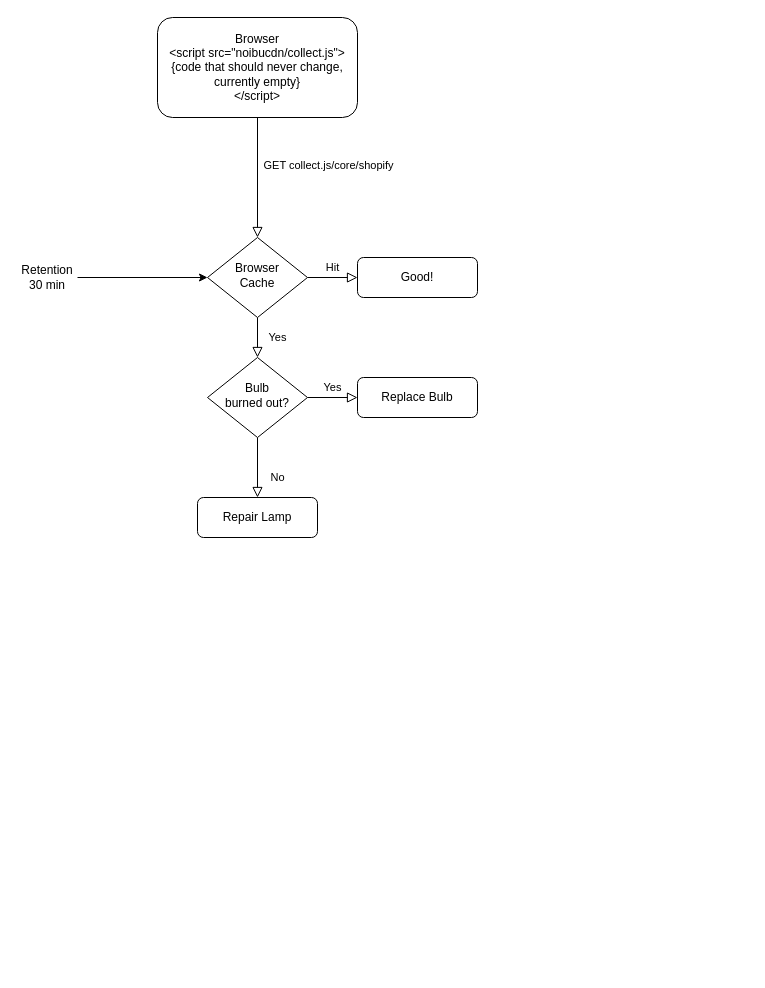
The draw.io diagram Діаграма без назви.drawio in sdwvit/sdwvit, before the edit. Source tidied: cells renumbered, new cells numbered last; positions are measured from the earlier drawing's top-left corner, leaving out a move shared by most shapes. Both pictures are drawn from the tidied source at 100%, with x=0, y=0 at pixel (17, 17).
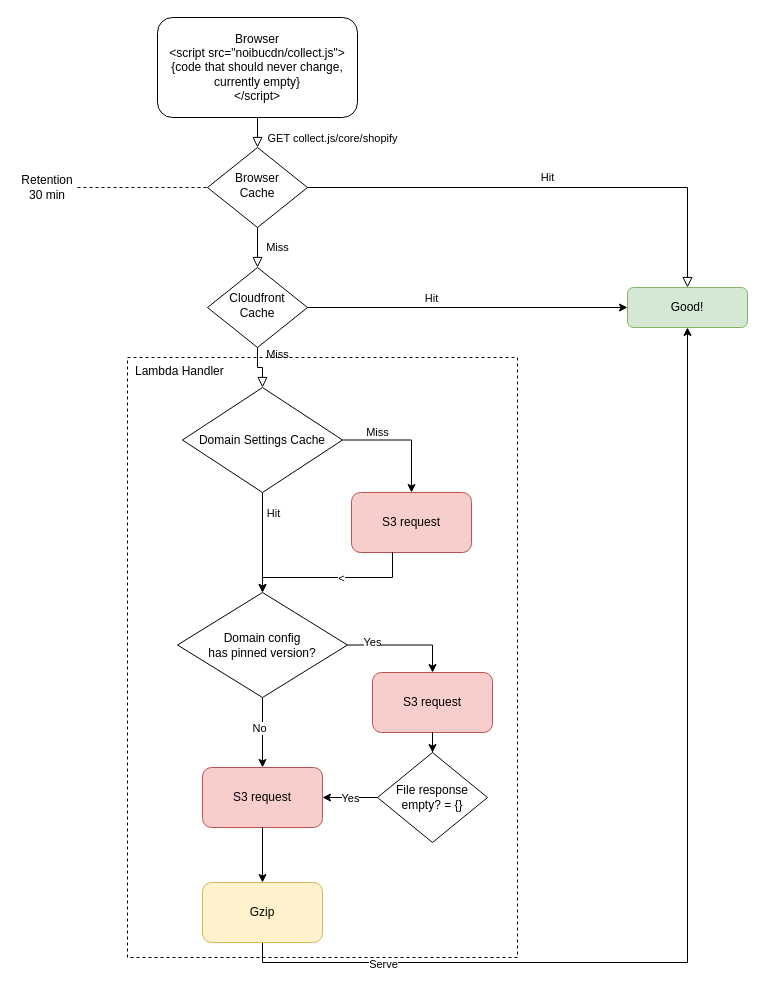
The same diagram, later.

The edit, as a diff of the source:
```diff
@@
+    <mxCell id="10" value="Lambda Handler" style="rounded=0;whiteSpace=wrap;html=1;fontSize=12;glass=0;strokeWidth=1;shadow=0;fillColor=none;dashed=1;align=left;spacingLeft=6;verticalAlign=top;" parent="1" vertex="1">
+      <mxGeometry x="110" y="340" width="390" height="600" as="geometry" />
+    </mxCell>
@@
-    <mxCell id="3" value="Yes" style="rounded=0;html=1;jettySize=auto;fontSize=11;endArrow=block;endFill=0;endSize=8;strokeWidth=1;shadow=0;labelBackgroundColor=none;edgeStyle=orthogonalEdgeStyle;" parent="1" edge="1" source="5" target="9">
+    <mxCell id="3" value="Miss" style="rounded=0;html=1;jettySize=auto;fontSize=11;endArrow=block;endFill=0;endSize=8;strokeWidth=1;shadow=0;labelBackgroundColor=none;edgeStyle=orthogonalEdgeStyle;" parent="1" edge="1" source="5" target="9">
       <mxGeometry y="20" relative="1" as="geometry" />
     </mxCell>
@@
     <mxCell id="5" value="Browser&lt;br&gt;Cache" style="rhombus;whiteSpace=wrap;html=1;shadow=0;fontFamily=Helvetica;fontSize=12;align=center;strokeWidth=1;spacing=6;spacingTop=-4;" parent="1" vertex="1">
-      <mxGeometry x="190" y="220" width="100" height="80" as="geometry" />
+      <mxGeometry x="190" y="130" width="100" height="80" as="geometry" />
     </mxCell>
-    <mxCell id="6" value="Good!" style="rounded=1;whiteSpace=wrap;html=1;fontSize=12;glass=0;strokeWidth=1;shadow=0;" parent="1" vertex="1">
-      <mxGeometry x="340" y="240" width="120" height="40" as="geometry" />
+    <mxCell id="6" value="Good!" style="rounded=1;whiteSpace=wrap;html=1;fontSize=12;glass=0;strokeWidth=1;shadow=0;fillColor=#d5e8d4;strokeColor=#82b366;" parent="1" vertex="1">
+      <mxGeometry x="610" y="270" width="120" height="40" as="geometry" />
     </mxCell>
-    <mxCell id="7" value="No" style="rounded=0;html=1;jettySize=auto;fontSize=11;endArrow=block;endFill=0;endSize=8;strokeWidth=1;shadow=0;labelBackgroundColor=none;edgeStyle=orthogonalEdgeStyle;" parent="1" edge="1" source="9" target="10">
-      <mxGeometry x="0.33" y="20" relative="1" as="geometry" />
+    <mxCell id="7" value="Miss" style="rounded=0;html=1;jettySize=auto;fontSize=11;endArrow=block;endFill=0;endSize=8;strokeWidth=1;shadow=0;labelBackgroundColor=none;edgeStyle=orthogonalEdgeStyle;entryX=0.5;entryY=0;entryDx=0;entryDy=0;" parent="1" edge="1" source="9" target="18">
+      <mxGeometry x="-0.7" y="20" relative="1" as="geometry" />
     </mxCell>
-    <mxCell id="8" value="Yes" style="edgeStyle=orthogonalEdgeStyle;rounded=0;html=1;jettySize=auto;fontSize=11;endArrow=block;endFill=0;endSize=8;strokeWidth=1;shadow=0;labelBackgroundColor=none;" parent="1" edge="1" source="9" target="11">
-      <mxGeometry y="10" relative="1" as="geometry" />
-    </mxCell>
+    <mxCell id="16" style="edgeStyle=orthogonalEdgeStyle;rounded=0;jettySize=auto;html=1;entryX=0;entryY=0.5;entryDx=0;entryDy=0;" parent="1" edge="1" source="9" target="6">
+      <mxGeometry relative="1" as="geometry" />
+    </mxCell>
+    <mxCell id="17" value="Hit" style="edgeLabel;html=1;align=center;verticalAlign=middle;" parent="16" vertex="1">
+      <mxGeometry x="-0.14" y="-5" relative="1" as="geometry">
+        <mxPoint x="-15" y="-15" as="offset" />
+      </mxGeometry>
+    </mxCell>
-    <mxCell id="9" value="Bulb&lt;br&gt;burned out?" style="rhombus;whiteSpace=wrap;html=1;shadow=0;fontFamily=Helvetica;fontSize=12;align=center;strokeWidth=1;spacing=6;spacingTop=-4;" parent="1" vertex="1">
-      <mxGeometry x="190" y="340" width="100" height="80" as="geometry" />
+    <mxCell id="9" value="Cloudfront&lt;br&gt;Cache" style="rhombus;whiteSpace=wrap;html=1;shadow=0;fontFamily=Helvetica;fontSize=12;align=center;strokeWidth=1;spacing=6;spacingTop=-4;" parent="1" vertex="1">
+      <mxGeometry x="190" y="250" width="100" height="80" as="geometry" />
     </mxCell>
-    <mxCell id="10" value="Repair Lamp" style="rounded=1;whiteSpace=wrap;html=1;fontSize=12;glass=0;strokeWidth=1;shadow=0;" parent="1" vertex="1">
-      <mxGeometry x="180" y="480" width="120" height="40" as="geometry" />
-    </mxCell>
-    <mxCell id="11" value="Replace Bulb" style="rounded=1;whiteSpace=wrap;html=1;fontSize=12;glass=0;strokeWidth=1;shadow=0;" parent="1" vertex="1">
-      <mxGeometry x="340" y="360" width="120" height="40" as="geometry" />
-    </mxCell>
-    <mxCell id="12" style="edgeStyle=orthogonalEdgeStyle;rounded=0;jettySize=auto;html=1;entryX=0;entryY=0.5;entryDx=0;entryDy=0;" parent="1" edge="1" source="13" target="5">
+    <mxCell id="12" style="edgeStyle=orthogonalEdgeStyle;rounded=0;jettySize=auto;html=1;entryX=0;entryY=0.5;entryDx=0;entryDy=0;dashed=1;endArrow=none;endFill=0;" parent="1" edge="1" source="13" target="5">
       <mxGeometry relative="1" as="geometry" />
     </mxCell>
     <mxCell id="13" value="Retention 30 min" style="text;html=1;strokeColor=none;fillColor=none;align=center;verticalAlign=middle;whiteSpace=wrap;rounded=0;" parent="1" vertex="1">
-      <mxGeometry y="245" width="60" height="30" as="geometry" />
+      <mxGeometry y="155" width="60" height="30" as="geometry" />
     </mxCell>
@@
+    <mxCell id="18" value="Domain Settings Cache" style="rhombus;whiteSpace=wrap;html=1;" parent="1" vertex="1">
+      <mxGeometry x="165" y="370" width="160" height="105" as="geometry" />
+    </mxCell>
+    <mxCell id="19" value="Domain config &lt;br&gt;has pinned version?" style="rhombus;whiteSpace=wrap;html=1;" parent="1" vertex="1">
+      <mxGeometry x="160" y="575" width="170" height="105" as="geometry" />
+    </mxCell>
+    <mxCell id="20" value="S3 request" style="rounded=1;whiteSpace=wrap;html=1;fillColor=#f8cecc;strokeColor=#b85450;" parent="1" vertex="1">
+      <mxGeometry x="334" y="475" width="120" height="60" as="geometry" />
+    </mxCell>
+    <mxCell id="21" value="File response empty? = {}" style="rhombus;whiteSpace=wrap;html=1;" parent="1" vertex="1">
+      <mxGeometry x="360" y="735" width="110" height="90" as="geometry" />
+    </mxCell>
+    <mxCell id="22" value="S3 request" style="rounded=1;whiteSpace=wrap;html=1;fillColor=#f8cecc;strokeColor=#b85450;" parent="1" vertex="1">
+      <mxGeometry x="355" y="655" width="120" height="60" as="geometry" />
+    </mxCell>
+    <mxCell id="23" value="S3 request" style="rounded=1;whiteSpace=wrap;html=1;fillColor=#f8cecc;strokeColor=#b85450;" parent="1" vertex="1">
+      <mxGeometry x="185" y="750" width="120" height="60" as="geometry" />
+    </mxCell>
+    <mxCell id="24" style="edgeStyle=orthogonalEdgeStyle;rounded=0;jettySize=auto;html=1;entryX=0.5;entryY=1;entryDx=0;entryDy=0;exitX=0.5;exitY=1;exitDx=0;exitDy=0;" parent="1" edge="1" source="26" target="6">
+      <mxGeometry relative="1" as="geometry" />
+    </mxCell>
+    <mxCell id="25" value="Serve" style="edgeLabel;html=1;align=center;verticalAlign=middle;" parent="24" vertex="1">
+      <mxGeometry x="-0.74" y="-1" relative="1" as="geometry" />
+    </mxCell>
+    <mxCell id="26" value="Gzip" style="rounded=1;whiteSpace=wrap;html=1;fillColor=#fff2cc;strokeColor=#d6b656;" parent="1" vertex="1">
+      <mxGeometry x="185" y="865" width="120" height="60" as="geometry" />
+    </mxCell>
+    <mxCell id="27" style="edgeStyle=orthogonalEdgeStyle;rounded=0;jettySize=auto;html=1;entryX=0.5;entryY=0;entryDx=0;entryDy=0;" parent="1" edge="1" source="18" target="19">
+      <mxGeometry relative="1" as="geometry" />
+    </mxCell>
+    <mxCell id="28" value="Hit" style="edgeLabel;html=1;align=center;verticalAlign=middle;" parent="27" vertex="1">
+      <mxGeometry x="-0.02" y="1" relative="1" as="geometry">
+        <mxPoint x="9" y="-29" as="offset" />
+      </mxGeometry>
+    </mxCell>
+    <mxCell id="29" style="edgeStyle=orthogonalEdgeStyle;rounded=0;jettySize=auto;html=1;entryX=0.5;entryY=0;entryDx=0;entryDy=0;" parent="1" edge="1" source="20" target="19">
+      <mxGeometry relative="1" as="geometry">
+        <Array as="points">
+          <mxPoint x="375" y="560" />
+          <mxPoint x="245" y="560" />
+        </Array>
+      </mxGeometry>
+    </mxCell>
+    <mxCell id="30" value="&amp;lt;" style="edgeLabel;html=1;align=center;verticalAlign=middle;" parent="29" vertex="1">
+      <mxGeometry x="-0.09" relative="1" as="geometry" />
+    </mxCell>
+    <mxCell id="31" style="edgeStyle=orthogonalEdgeStyle;rounded=0;jettySize=auto;html=1;entryX=0.5;entryY=0;entryDx=0;entryDy=0;" parent="1" edge="1" source="18" target="20">
+      <mxGeometry relative="1" as="geometry" />
+    </mxCell>
+    <mxCell id="32" value="Miss" style="edgeLabel;html=1;align=center;verticalAlign=middle;" parent="31" vertex="1">
+      <mxGeometry x="-0.44" relative="1" as="geometry">
+        <mxPoint y="-8" as="offset" />
+      </mxGeometry>
+    </mxCell>
+    <mxCell id="33" style="edgeStyle=orthogonalEdgeStyle;rounded=0;jettySize=auto;html=1;entryX=0.5;entryY=0;entryDx=0;entryDy=0;" parent="1" edge="1" source="19" target="22">
+      <mxGeometry relative="1" as="geometry" />
+    </mxCell>
+    <mxCell id="34" value="Yes" style="edgeLabel;html=1;align=center;verticalAlign=middle;" parent="33" vertex="1">
+      <mxGeometry x="-0.65" relative="1" as="geometry">
+        <mxPoint x="4" y="-3" as="offset" />
+      </mxGeometry>
+    </mxCell>
+    <mxCell id="35" style="edgeStyle=orthogonalEdgeStyle;rounded=0;jettySize=auto;html=1;" parent="1" edge="1" source="22" target="21">
+      <mxGeometry relative="1" as="geometry" />
+    </mxCell>
+    <mxCell id="36" style="edgeStyle=orthogonalEdgeStyle;rounded=0;jettySize=auto;html=1;entryX=0.5;entryY=0;entryDx=0;entryDy=0;exitX=0.5;exitY=1;exitDx=0;exitDy=0;" parent="1" edge="1" source="19" target="23">
+      <mxGeometry relative="1" as="geometry" />
+    </mxCell>
+    <mxCell id="37" value="No" style="edgeLabel;html=1;align=center;verticalAlign=middle;" parent="36" vertex="1">
+      <mxGeometry x="-0.2" y="-5" relative="1" as="geometry">
+        <mxPoint x="1" y="2" as="offset" />
+      </mxGeometry>
+    </mxCell>
+    <mxCell id="38" style="edgeStyle=orthogonalEdgeStyle;rounded=0;jettySize=auto;html=1;entryX=1;entryY=0.5;entryDx=0;entryDy=0;" parent="1" edge="1" source="21" target="23">
+      <mxGeometry relative="1" as="geometry" />
+    </mxCell>
+    <mxCell id="39" value="Yes" style="edgeLabel;html=1;align=center;verticalAlign=middle;" parent="38" vertex="1">
+      <mxGeometry relative="1" as="geometry" />
+    </mxCell>
+    <mxCell id="40" style="edgeStyle=orthogonalEdgeStyle;rounded=0;jettySize=auto;html=1;entryX=0.5;entryY=0;entryDx=0;entryDy=0;" parent="1" edge="1" source="23" target="26">
+      <mxGeometry relative="1" as="geometry" />
+    </mxCell>
```
